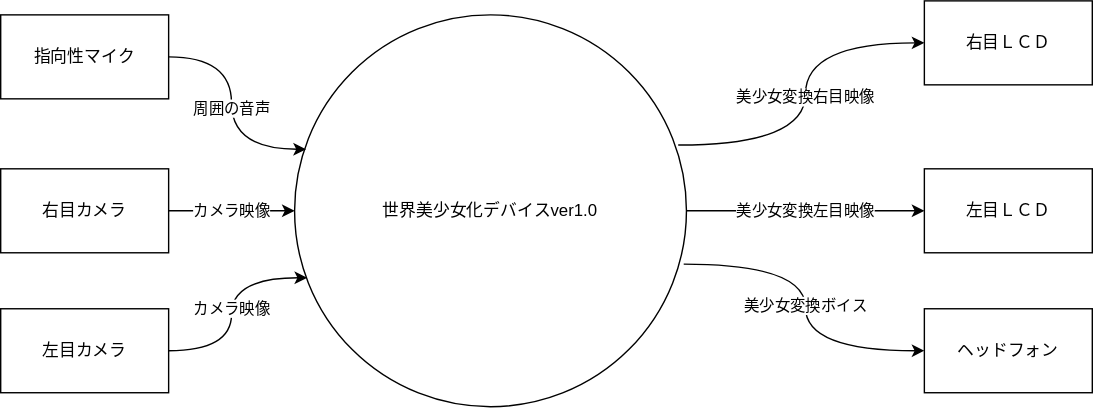
Before: 人類ギャルゲー化計画/images/context.drawio.svg, a diagram exported from draw.io (gakutosasabe/HearExpansion). Source tidied: cells renumbered, new cells last; positions are measured from the earlier drawing's top-left corner, leaving out a move shared by most shapes. The source it was exported from:
```xml
<mxGraphModel>
  <root>
    <mxCell id="0" />
    <mxCell id="1" parent="0" />
    <mxCell id="2" value="美少女変換右目映像" style="edgeStyle=orthogonalEdgeStyle;curved=1;html=1;entryX=0;entryY=0.5;entryDx=0;entryDy=0;exitX=0.979;exitY=0.332;exitDx=0;exitDy=0;exitPerimeter=0;" parent="1" edge="1" source="5" target="12">
      <mxGeometry relative="1" as="geometry" />
    </mxCell>
    <mxCell id="3" value="美少女変換左目映像" style="edgeStyle=orthogonalEdgeStyle;curved=1;html=1;entryX=0;entryY=0.5;entryDx=0;entryDy=0;" parent="1" edge="1" source="5" target="13">
      <mxGeometry relative="1" as="geometry" />
    </mxCell>
    <mxCell id="4" value="美少女変換ボイス" style="edgeStyle=orthogonalEdgeStyle;curved=1;html=1;exitX=0.993;exitY=0.636;exitDx=0;exitDy=0;exitPerimeter=0;" parent="1" edge="1" source="5" target="14">
      <mxGeometry relative="1" as="geometry" />
    </mxCell>
    <mxCell id="5" value="世界美少女化デバイスver1.0" style="ellipse;whiteSpace=wrap;html=1;" parent="1" vertex="1">
      <mxGeometry x="210" y="10" width="280" height="280" as="geometry" />
    </mxCell>
    <mxCell id="6" value="周囲の音声" style="edgeStyle=orthogonalEdgeStyle;html=1;curved=1;entryX=0.029;entryY=0.343;entryDx=0;entryDy=0;entryPerimeter=0;" parent="1" edge="1" source="7" target="5">
      <mxGeometry relative="1" as="geometry" />
    </mxCell>
    <mxCell id="7" value="指向性マイク" style="rounded=0;whiteSpace=wrap;html=1;" parent="1" vertex="1">
      <mxGeometry y="10" width="120" height="60" as="geometry" />
    </mxCell>
    <mxCell id="8" value="カメラ映像" style="edgeStyle=orthogonalEdgeStyle;curved=1;html=1;" parent="1" edge="1" source="9" target="5">
      <mxGeometry relative="1" as="geometry" />
    </mxCell>
    <mxCell id="9" value="右目カメラ" style="rounded=0;whiteSpace=wrap;html=1;" parent="1" vertex="1">
      <mxGeometry y="120" width="120" height="60" as="geometry" />
    </mxCell>
    <mxCell id="10" value="カメラ映像" style="edgeStyle=orthogonalEdgeStyle;curved=1;html=1;entryX=0.032;entryY=0.671;entryDx=0;entryDy=0;entryPerimeter=0;" parent="1" edge="1" source="11" target="5">
      <mxGeometry relative="1" as="geometry" />
    </mxCell>
    <mxCell id="11" value="左目カメラ" style="rounded=0;whiteSpace=wrap;html=1;" parent="1" vertex="1">
      <mxGeometry y="220" width="120" height="60" as="geometry" />
    </mxCell>
    <mxCell id="12" value="右目ＬＣＤ" style="rounded=0;whiteSpace=wrap;html=1;" parent="1" vertex="1">
      <mxGeometry x="660" width="120" height="60" as="geometry" />
    </mxCell>
    <mxCell id="13" value="左目ＬＣＤ" style="rounded=0;whiteSpace=wrap;html=1;" parent="1" vertex="1">
      <mxGeometry x="660" y="120" width="120" height="60" as="geometry" />
    </mxCell>
    <mxCell id="14" value="ヘッドフォン" style="rounded=0;whiteSpace=wrap;html=1;" parent="1" vertex="1">
      <mxGeometry x="660" y="220" width="120" height="60" as="geometry" />
    </mxCell>
  </root>
</mxGraphModel>
```
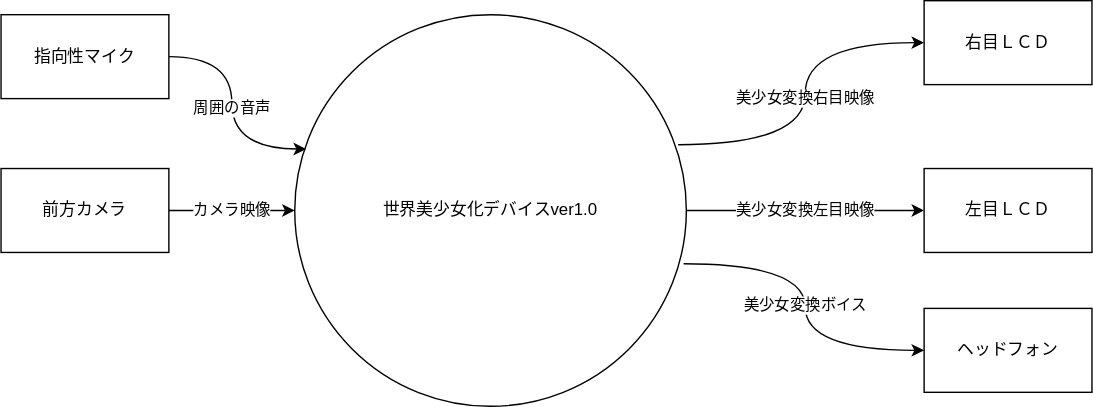
The same file after the commit.

Diff of the diagram source:
```diff
@@ -23,15 +23,9 @@
     <mxCell id="8" value="カメラ映像" style="edgeStyle=orthogonalEdgeStyle;curved=1;html=1;" parent="1" edge="1" source="9" target="5">
       <mxGeometry relative="1" as="geometry" />
     </mxCell>
-    <mxCell id="9" value="右目カメラ" style="rounded=0;whiteSpace=wrap;html=1;" parent="1" vertex="1">
+    <mxCell id="9" value="前方カメラ" style="rounded=0;whiteSpace=wrap;html=1;" parent="1" vertex="1">
       <mxGeometry y="120" width="120" height="60" as="geometry" />
     </mxCell>
-    <mxCell id="10" value="カメラ映像" style="edgeStyle=orthogonalEdgeStyle;curved=1;html=1;entryX=0.032;entryY=0.671;entryDx=0;entryDy=0;entryPerimeter=0;" parent="1" edge="1" source="11" target="5">
-      <mxGeometry relative="1" as="geometry" />
-    </mxCell>
-    <mxCell id="11" value="左目カメラ" style="rounded=0;whiteSpace=wrap;html=1;" parent="1" vertex="1">
-      <mxGeometry y="220" width="120" height="60" as="geometry" />
-    </mxCell>
     <mxCell id="12" value="右目ＬＣＤ" style="rounded=0;whiteSpace=wrap;html=1;" parent="1" vertex="1">
       <mxGeometry x="660" width="120" height="60" as="geometry" />
     </mxCell>
```
